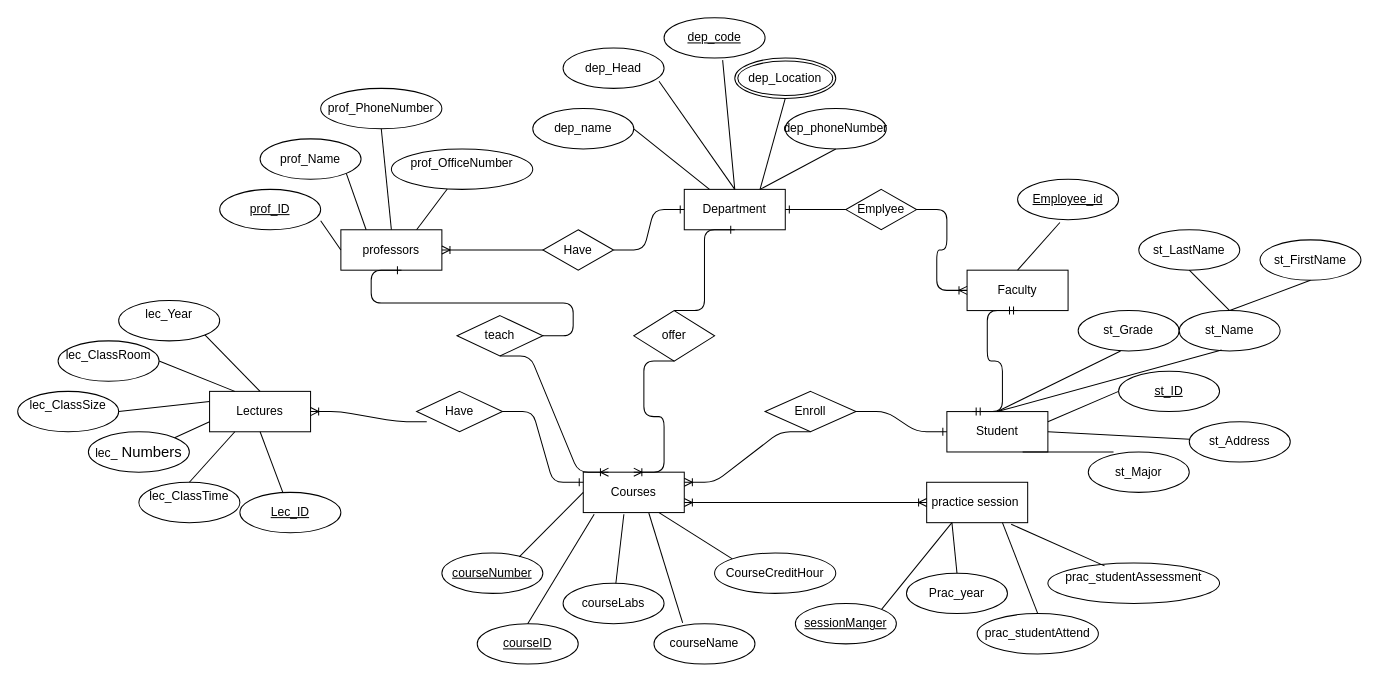
This is yasmin/Untitled Diagram.drawio from yassmiin/yasminproject, a draw.io file, before an edit. Source tidied: cells renumbered, new cells numbered last; positions are measured from the earlier drawing's top-left corner, leaving out a move shared by most shapes. Both pictures are drawn from the tidied source at 101%, with x=0, y=0 at pixel (17, 17).
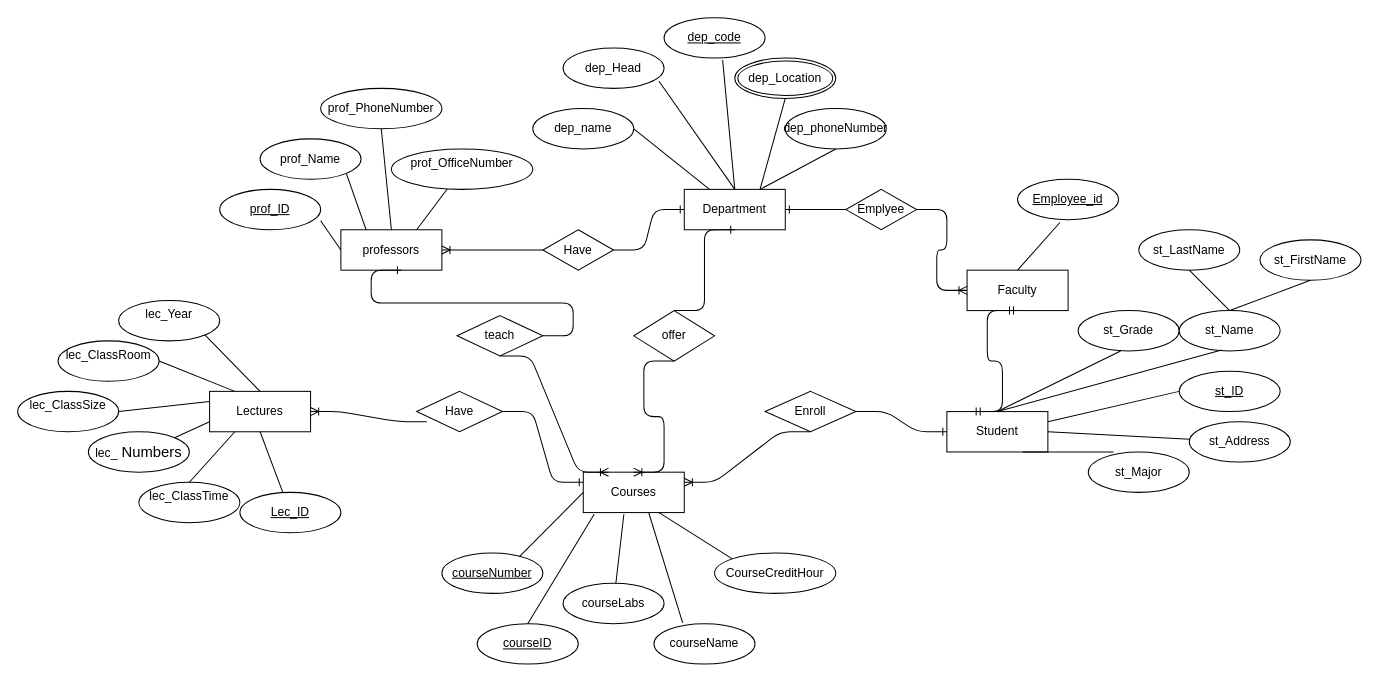
After the change.

The change refers to these unchanged cells:
```xml
<mxCell id="6" value="Courses" style="whiteSpace=wrap;html=1;align=center;" parent="1" vertex="1">
  <mxGeometry x="560" y="450" width="100" height="40" as="geometry" />
</mxCell>
```

Change to the diagram source:
```diff
@@
-    <mxCell id="4" value="practice session&amp;nbsp;" style="whiteSpace=wrap;html=1;align=center;" parent="1" vertex="1">
-      <mxGeometry x="900" y="460" width="100" height="40" as="geometry" />
-    </mxCell>
@@
     <mxCell id="39" value="st_ID" style="ellipse;whiteSpace=wrap;html=1;align=center;fontStyle=4;" parent="1" vertex="1">
-      <mxGeometry x="1090" y="350" width="100" height="40" as="geometry" />
+      <mxGeometry x="1150" y="350" width="100" height="40" as="geometry" />
     </mxCell>
@@
-    <mxCell id="58" value="sessionManger" style="ellipse;whiteSpace=wrap;html=1;align=center;fontStyle=4;" parent="1" vertex="1">
-      <mxGeometry x="770" y="580" width="100" height="40" as="geometry" />
-    </mxCell>
-    <mxCell id="59" value="Prac_year" style="ellipse;whiteSpace=wrap;html=1;align=center;" parent="1" vertex="1">
-      <mxGeometry x="880" y="550" width="100" height="40" as="geometry" />
-    </mxCell>
-    <mxCell id="60" value="prac_studentAttend" style="ellipse;whiteSpace=wrap;html=1;align=center;" parent="1" vertex="1">
-      <mxGeometry x="950" y="590" width="120" height="40" as="geometry" />
-    </mxCell>
-    <mxCell id="61" value="prac_&lt;span&gt;studentAssessment&lt;/span&gt;&lt;p class=&quot;MsoNormal&quot;&gt;&lt;/p&gt;" style="ellipse;whiteSpace=wrap;html=1;align=center;" parent="1" vertex="1">
-      <mxGeometry x="1020" y="540" width="170" height="40" as="geometry" />
-    </mxCell>
-    <mxCell id="62" style="endArrow=none;html=1;rounded=0;exitX=0.837;exitY=1.04;exitDx=0;exitDy=0;entryX=0.33;entryY=0.069;entryDx=0;entryDy=0;entryPerimeter=0;exitPerimeter=0;" parent="1" edge="1" source="4" target="61">
-      <mxGeometry relative="1" as="geometry" />
-    </mxCell>
-    <mxCell id="63" style="endArrow=none;html=1;rounded=0;entryX=0.75;entryY=1;entryDx=0;entryDy=0;exitX=0.5;exitY=0;exitDx=0;exitDy=0;" parent="1" edge="1" source="60" target="4">
-      <mxGeometry relative="1" as="geometry" />
-    </mxCell>
-    <mxCell id="64" style="endArrow=none;html=1;rounded=0;entryX=0.25;entryY=1;entryDx=0;entryDy=0;exitX=0.5;exitY=0;exitDx=0;exitDy=0;" parent="1" edge="1" source="59" target="4">
-      <mxGeometry relative="1" as="geometry" />
-    </mxCell>
-    <mxCell id="65" style="endArrow=none;html=1;rounded=0;entryX=0.25;entryY=1;entryDx=0;entryDy=0;exitX=1;exitY=0;exitDx=0;exitDy=0;" parent="1" edge="1" source="58" target="4">
-      <mxGeometry relative="1" as="geometry" />
-    </mxCell>
@@
-    <mxCell id="72" style="edgeStyle=entityRelationEdgeStyle;fontSize=12;html=1;endArrow=ERoneToMany;startArrow=ERoneToMany;exitX=1;exitY=0.75;exitDx=0;exitDy=0;entryX=0;entryY=0.5;entryDx=0;entryDy=0;" parent="1" edge="1" source="6" target="4">
-      <mxGeometry relative="1" as="geometry" />
-    </mxCell>
```
